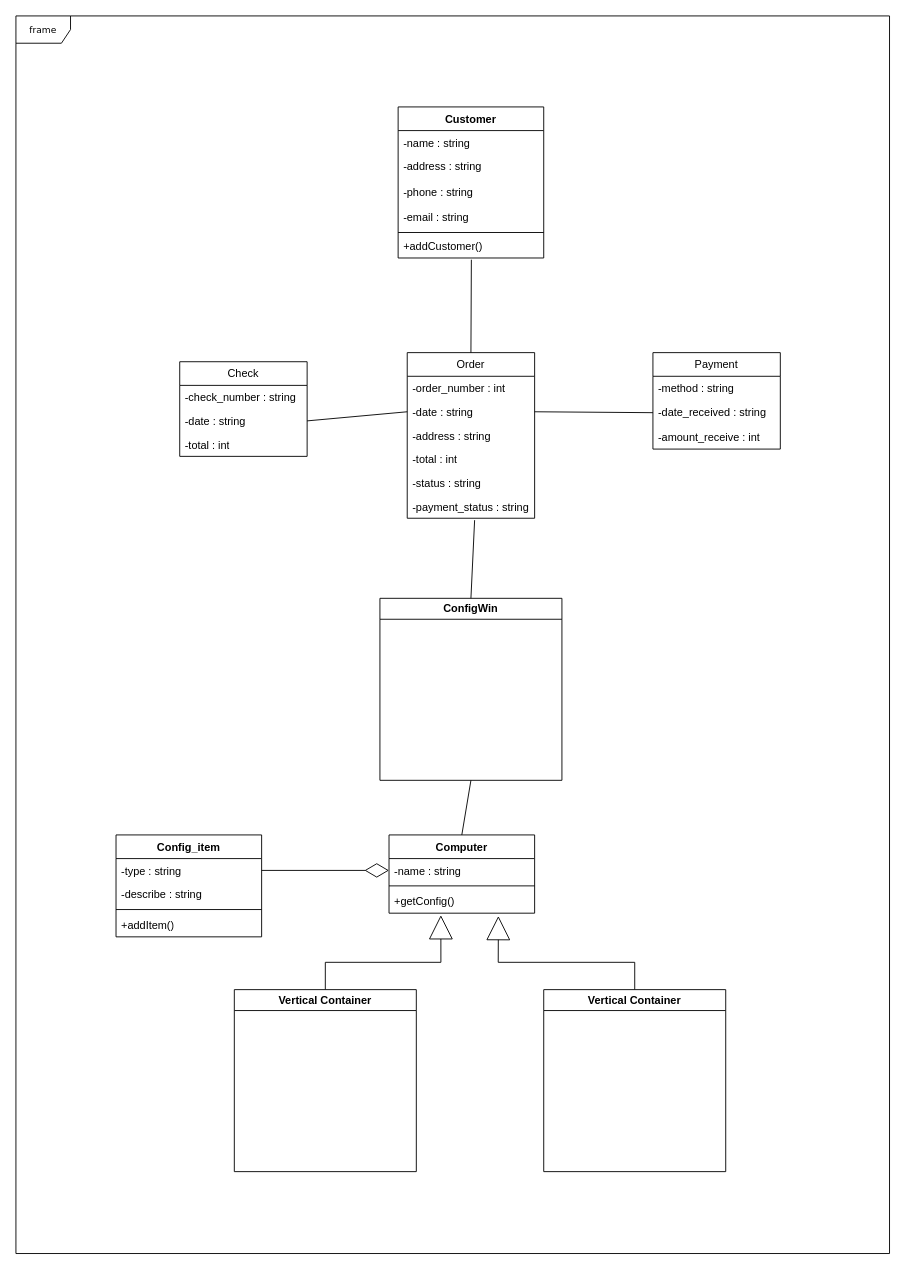
Above: Диаграмма без названия.drawio in Involuntar/Test (draw.io), before the change. Source tidied: cells renumbered, new cells numbered last; positions are measured from the earlier drawing's top-left corner, leaving out a move shared by most shapes. Both pictures are drawn from the tidied source at 91%, with x=0, y=0 at pixel (15, 15).
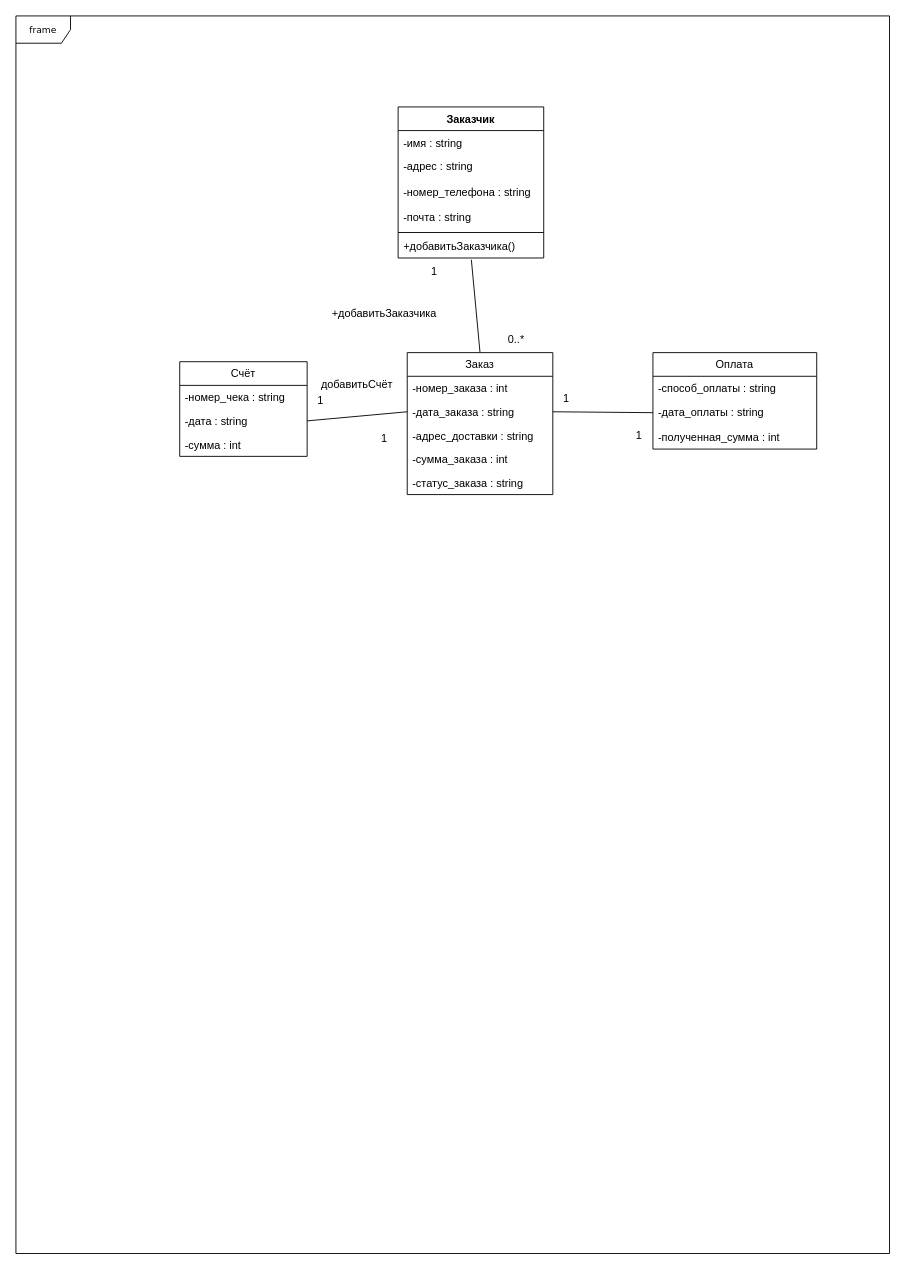
After the change.

Change to the diagram source:
```diff
@@
-    <mxCell id="3" value="Customer" style="swimlane;fontStyle=1;align=center;verticalAlign=top;horizontal=1;startSize=26;whiteSpace=wrap;html=1;" parent="1" vertex="1">
+    <mxCell id="3" value="Заказчик" style="swimlane;fontStyle=1;align=center;verticalAlign=top;horizontal=1;startSize=26;whiteSpace=wrap;html=1;" parent="1" vertex="1">
       <mxGeometry x="420" y="100" width="160" height="166" as="geometry" />
     </mxCell>
-    <mxCell id="4" value="-name : string" style="text;strokeColor=none;fillColor=none;align=left;verticalAlign=top;spacingLeft=4;spacingRight=4;overflow=hidden;whiteSpace=wrap;html=1;" parent="3" vertex="1">
+    <mxCell id="4" value="-имя : string" style="text;strokeColor=none;fillColor=none;align=left;verticalAlign=top;spacingLeft=4;spacingRight=4;overflow=hidden;whiteSpace=wrap;html=1;" parent="3" vertex="1">
       <mxGeometry y="26" width="160" height="26" as="geometry" />
     </mxCell>
-    <mxCell id="5" value="-address : string" style="text;strokeColor=none;fillColor=none;align=left;verticalAlign=top;spacingLeft=4;spacingRight=4;overflow=hidden;whiteSpace=wrap;html=1;" parent="3" vertex="1">
+    <mxCell id="5" value="-адрес : string" style="text;strokeColor=none;fillColor=none;align=left;verticalAlign=top;spacingLeft=4;spacingRight=4;overflow=hidden;whiteSpace=wrap;html=1;" parent="3" vertex="1">
       <mxGeometry y="52" width="160" height="28" as="geometry" />
     </mxCell>
-    <mxCell id="6" value="-phone : string" style="text;strokeColor=none;fillColor=none;align=left;verticalAlign=top;spacingLeft=4;spacingRight=4;overflow=hidden;whiteSpace=wrap;html=1;" parent="3" vertex="1">
+    <mxCell id="6" value="-номер_телефона : string" style="text;strokeColor=none;fillColor=none;align=left;verticalAlign=top;spacingLeft=4;spacingRight=4;overflow=hidden;whiteSpace=wrap;html=1;" parent="3" vertex="1">
       <mxGeometry y="80" width="160" height="28" as="geometry" />
     </mxCell>
-    <mxCell id="7" value="-email : string" style="text;strokeColor=none;fillColor=none;align=left;verticalAlign=top;spacingLeft=4;spacingRight=4;overflow=hidden;whiteSpace=wrap;html=1;" parent="3" vertex="1">
+    <mxCell id="7" value="-почта : string" style="text;strokeColor=none;fillColor=none;align=left;verticalAlign=top;spacingLeft=4;spacingRight=4;overflow=hidden;whiteSpace=wrap;html=1;" parent="3" vertex="1">
       <mxGeometry y="108" width="160" height="28" as="geometry" />
     </mxCell>
@@
-    <mxCell id="9" value="+addCustomer()" style="text;strokeColor=none;fillColor=none;align=left;verticalAlign=top;spacingLeft=4;spacingRight=4;overflow=hidden;points=[[0,0.5],[1,0.5]];portConstraint=eastwest;whiteSpace=wrap;html=1;" parent="3" vertex="1">
+    <mxCell id="9" value="+добавитьЗаказчика()" style="text;strokeColor=none;fillColor=none;align=left;verticalAlign=top;spacingLeft=4;spacingRight=4;overflow=hidden;points=[[0,0.5],[1,0.5]];portConstraint=eastwest;whiteSpace=wrap;html=1;" parent="3" vertex="1">
       <mxGeometry y="140" width="160" height="26" as="geometry" />
     </mxCell>
-    <mxCell id="10" value="Order" style="swimlane;fontStyle=0;horizontal=1;startSize=26;fillColor=none;whiteSpace=wrap;html=1;" parent="1" vertex="1">
-      <mxGeometry x="430" y="370" width="140" height="182" as="geometry" />
+    <mxCell id="10" value="Заказ" style="swimlane;fontStyle=0;horizontal=1;startSize=26;fillColor=none;whiteSpace=wrap;html=1;" parent="1" vertex="1">
+      <mxGeometry x="430" y="370" width="160" height="156" as="geometry" />
     </mxCell>
-    <mxCell id="11" value="-order_number : int" style="text;strokeColor=none;fillColor=none;align=left;verticalAlign=top;spacingLeft=4;spacingRight=4;overflow=hidden;whiteSpace=wrap;html=1;" parent="10" vertex="1">
-      <mxGeometry y="26" width="140" height="26" as="geometry" />
+    <mxCell id="11" value="-номер_заказа : int" style="text;strokeColor=none;fillColor=none;align=left;verticalAlign=top;spacingLeft=4;spacingRight=4;overflow=hidden;whiteSpace=wrap;html=1;" parent="10" vertex="1">
+      <mxGeometry y="26" width="160" height="26" as="geometry" />
     </mxCell>
-    <mxCell id="12" value="-date : string" style="text;strokeColor=none;fillColor=none;align=left;verticalAlign=top;spacingLeft=4;spacingRight=4;overflow=hidden;points=[[0,0.5],[1,0.5]];portConstraint=eastwest;whiteSpace=wrap;html=1;" parent="10" vertex="1">
-      <mxGeometry y="52" width="140" height="26" as="geometry" />
+    <mxCell id="12" value="-дата_заказа : string" style="text;strokeColor=none;fillColor=none;align=left;verticalAlign=top;spacingLeft=4;spacingRight=4;overflow=hidden;points=[[0,0.5],[1,0.5]];portConstraint=eastwest;whiteSpace=wrap;html=1;" parent="10" vertex="1">
+      <mxGeometry y="52" width="160" height="26" as="geometry" />
     </mxCell>
-    <mxCell id="13" value="-address : string" style="text;strokeColor=none;fillColor=none;align=left;verticalAlign=top;spacingLeft=4;spacingRight=4;overflow=hidden;whiteSpace=wrap;html=1;" parent="10" vertex="1">
-      <mxGeometry y="78" width="140" height="26" as="geometry" />
+    <mxCell id="13" value="-адрес_доставки : string" style="text;strokeColor=none;fillColor=none;align=left;verticalAlign=top;spacingLeft=4;spacingRight=4;overflow=hidden;whiteSpace=wrap;html=1;" parent="10" vertex="1">
+      <mxGeometry y="78" width="160" height="26" as="geometry" />
     </mxCell>
-    <mxCell id="14" value="-total : int" style="text;strokeColor=none;fillColor=none;align=left;verticalAlign=top;spacingLeft=4;spacingRight=4;overflow=hidden;whiteSpace=wrap;html=1;" parent="10" vertex="1">
-      <mxGeometry y="104" width="140" height="26" as="geometry" />
+    <mxCell id="14" value="-сумма_заказа : int" style="text;strokeColor=none;fillColor=none;align=left;verticalAlign=top;spacingLeft=4;spacingRight=4;overflow=hidden;whiteSpace=wrap;html=1;" parent="10" vertex="1">
+      <mxGeometry y="104" width="160" height="26" as="geometry" />
     </mxCell>
-    <mxCell id="15" value="-status : string" style="text;strokeColor=none;fillColor=none;align=left;verticalAlign=top;spacingLeft=4;spacingRight=4;overflow=hidden;whiteSpace=wrap;html=1;" parent="10" vertex="1">
-      <mxGeometry y="130" width="140" height="26" as="geometry" />
+    <mxCell id="15" value="-статус_заказа : string" style="text;strokeColor=none;fillColor=none;align=left;verticalAlign=top;spacingLeft=4;spacingRight=4;overflow=hidden;whiteSpace=wrap;html=1;" parent="10" vertex="1">
+      <mxGeometry y="130" width="160" height="26" as="geometry" />
     </mxCell>
-    <mxCell id="16" value="-payment_status : string" style="text;strokeColor=none;fillColor=none;align=left;verticalAlign=top;spacingLeft=4;spacingRight=4;overflow=hidden;points=[[0,0.5],[1,0.5]];portConstraint=eastwest;whiteSpace=wrap;html=1;" parent="10" vertex="1">
-      <mxGeometry y="156" width="140" height="26" as="geometry" />
-    </mxCell>
@@
-    <mxCell id="18" value="Check" style="swimlane;fontStyle=0;horizontal=1;startSize=26;fillColor=none;whiteSpace=wrap;html=1;" parent="1" vertex="1">
+    <mxCell id="18" value="Счёт" style="swimlane;fontStyle=0;horizontal=1;startSize=26;fillColor=none;whiteSpace=wrap;html=1;" parent="1" vertex="1">
       <mxGeometry x="180" y="380" width="140" height="104" as="geometry" />
     </mxCell>
-    <mxCell id="19" value="-check_number : string" style="text;strokeColor=none;fillColor=none;align=left;verticalAlign=top;spacingLeft=4;spacingRight=4;overflow=hidden;whiteSpace=wrap;html=1;" parent="18" vertex="1">
+    <mxCell id="19" value="-номер_чека : string" style="text;strokeColor=none;fillColor=none;align=left;verticalAlign=top;spacingLeft=4;spacingRight=4;overflow=hidden;whiteSpace=wrap;html=1;" parent="18" vertex="1">
       <mxGeometry y="26" width="140" height="26" as="geometry" />
     </mxCell>
-    <mxCell id="20" value="-date : string" style="text;strokeColor=none;fillColor=none;align=left;verticalAlign=top;spacingLeft=4;spacingRight=4;overflow=hidden;points=[[0,0.5],[1,0.5]];portConstraint=eastwest;whiteSpace=wrap;html=1;" parent="18" vertex="1">
+    <mxCell id="20" value="-дата : string" style="text;strokeColor=none;fillColor=none;align=left;verticalAlign=top;spacingLeft=4;spacingRight=4;overflow=hidden;points=[[0,0.5],[1,0.5]];portConstraint=eastwest;whiteSpace=wrap;html=1;" parent="18" vertex="1">
       <mxGeometry y="52" width="140" height="26" as="geometry" />
     </mxCell>
-    <mxCell id="21" value="-total : int" style="text;strokeColor=none;fillColor=none;align=left;verticalAlign=top;spacingLeft=4;spacingRight=4;overflow=hidden;whiteSpace=wrap;html=1;" parent="18" vertex="1">
+    <mxCell id="21" value="-сумма : int" style="text;strokeColor=none;fillColor=none;align=left;verticalAlign=top;spacingLeft=4;spacingRight=4;overflow=hidden;whiteSpace=wrap;html=1;" parent="18" vertex="1">
       <mxGeometry y="78" width="140" height="26" as="geometry" />
     </mxCell>
@@
-    <mxCell id="23" value="Payment" style="swimlane;fontStyle=0;horizontal=1;startSize=26;fillColor=none;whiteSpace=wrap;html=1;" parent="1" vertex="1">
-      <mxGeometry x="700" y="370" width="140" height="106" as="geometry" />
+    <mxCell id="23" value="Оплата" style="swimlane;fontStyle=0;horizontal=1;startSize=26;fillColor=none;whiteSpace=wrap;html=1;" parent="1" vertex="1">
+      <mxGeometry x="700" y="370" width="180" height="106" as="geometry" />
     </mxCell>
-    <mxCell id="24" value="-method : string" style="text;strokeColor=none;fillColor=none;align=left;verticalAlign=top;spacingLeft=4;spacingRight=4;overflow=hidden;whiteSpace=wrap;html=1;" parent="23" vertex="1">
-      <mxGeometry y="26" width="140" height="26" as="geometry" />
+    <mxCell id="24" value="-способ_оплаты : string" style="text;strokeColor=none;fillColor=none;align=left;verticalAlign=top;spacingLeft=4;spacingRight=4;overflow=hidden;whiteSpace=wrap;html=1;" parent="23" vertex="1">
+      <mxGeometry y="26" width="180" height="26" as="geometry" />
     </mxCell>
-    <mxCell id="25" value="-date_received : string" style="text;strokeColor=none;fillColor=none;align=left;verticalAlign=top;spacingLeft=4;spacingRight=4;overflow=hidden;points=[[0,0.5],[1,0.5]];portConstraint=eastwest;whiteSpace=wrap;html=1;" parent="23" vertex="1">
-      <mxGeometry y="52" width="140" height="28" as="geometry" />
+    <mxCell id="25" value="-дата_оплаты : string" style="text;strokeColor=none;fillColor=none;align=left;verticalAlign=top;spacingLeft=4;spacingRight=4;overflow=hidden;points=[[0,0.5],[1,0.5]];portConstraint=eastwest;whiteSpace=wrap;html=1;" parent="23" vertex="1">
+      <mxGeometry y="52" width="180" height="28" as="geometry" />
     </mxCell>
-    <mxCell id="26" value="-amount_receive : int" style="text;strokeColor=none;fillColor=none;align=left;verticalAlign=top;spacingLeft=4;spacingRight=4;overflow=hidden;whiteSpace=wrap;html=1;" parent="23" vertex="1">
-      <mxGeometry y="80" width="140" height="26" as="geometry" />
+    <mxCell id="26" value="-полученная_сумма : int" style="text;strokeColor=none;fillColor=none;align=left;verticalAlign=top;spacingLeft=4;spacingRight=4;overflow=hidden;whiteSpace=wrap;html=1;" parent="23" vertex="1">
+      <mxGeometry y="80" width="180" height="26" as="geometry" />
     </mxCell>
@@
-    <mxCell id="28" value="ConfigWin" style="swimlane;whiteSpace=wrap;html=1;" parent="1" vertex="1">
-      <mxGeometry x="400" y="640" width="200" height="200" as="geometry" />
-    </mxCell>
-    <mxCell id="29" style="endArrow=none;html=1;rounded=0;entryX=0.529;entryY=1.081;entryDx=0;entryDy=0;entryPerimeter=0;exitX=0.5;exitY=0;exitDx=0;exitDy=0;" parent="1" edge="1" source="28" target="16">
-      <mxGeometry relative="1" as="geometry" />
-    </mxCell>
-    <mxCell id="30" value="Computer" style="swimlane;fontStyle=1;align=center;verticalAlign=top;horizontal=1;startSize=26;whiteSpace=wrap;html=1;" parent="1" vertex="1">
-      <mxGeometry x="410" y="900" width="160" height="86" as="geometry" />
-    </mxCell>
-    <mxCell id="31" value="-name : string" style="text;strokeColor=none;fillColor=none;align=left;verticalAlign=top;spacingLeft=4;spacingRight=4;overflow=hidden;points=[[0,0.5],[1,0.5]];portConstraint=eastwest;whiteSpace=wrap;html=1;" parent="30" vertex="1">
-      <mxGeometry y="26" width="160" height="26" as="geometry" />
-    </mxCell>
-    <mxCell id="32" style="line;strokeWidth=1;fillColor=none;align=left;verticalAlign=middle;spacingTop=-1;spacingLeft=3;spacingRight=3;labelPosition=right;strokeColor=inherit;" parent="30" vertex="1">
-      <mxGeometry y="52" width="160" height="8" as="geometry" />
-    </mxCell>
-    <mxCell id="33" value="+getConfig()" style="text;strokeColor=none;fillColor=none;align=left;verticalAlign=top;spacingLeft=4;spacingRight=4;overflow=hidden;points=[[0,0.5],[1,0.5]];portConstraint=eastwest;whiteSpace=wrap;html=1;" parent="30" vertex="1">
-      <mxGeometry y="60" width="160" height="26" as="geometry" />
-    </mxCell>
-    <mxCell id="34" style="endArrow=none;html=1;rounded=0;entryX=0.5;entryY=1;entryDx=0;entryDy=0;exitX=0.5;exitY=0;exitDx=0;exitDy=0;" parent="1" edge="1" source="30" target="28">
-      <mxGeometry relative="1" as="geometry" />
-    </mxCell>
-    <mxCell id="35" value="Config_item" style="swimlane;fontStyle=1;align=center;verticalAlign=top;horizontal=1;startSize=26;whiteSpace=wrap;html=1;" parent="1" vertex="1">
-      <mxGeometry x="110" y="900" width="160" height="112" as="geometry" />
-    </mxCell>
-    <mxCell id="36" value="-type : string" style="text;strokeColor=none;fillColor=none;align=left;verticalAlign=top;spacingLeft=4;spacingRight=4;overflow=hidden;points=[[0,0.5],[1,0.5]];portConstraint=eastwest;whiteSpace=wrap;html=1;" parent="35" vertex="1">
-      <mxGeometry y="26" width="160" height="26" as="geometry" />
-    </mxCell>
-    <mxCell id="37" value="-describe : string" style="text;strokeColor=none;fillColor=none;align=left;verticalAlign=top;spacingLeft=4;spacingRight=4;overflow=hidden;whiteSpace=wrap;html=1;" parent="35" vertex="1">
-      <mxGeometry y="52" width="160" height="26" as="geometry" />
-    </mxCell>
-    <mxCell id="38" style="line;strokeWidth=1;fillColor=none;align=left;verticalAlign=middle;spacingTop=-1;spacingLeft=3;spacingRight=3;labelPosition=right;strokeColor=inherit;" parent="35" vertex="1">
-      <mxGeometry y="78" width="160" height="8" as="geometry" />
-    </mxCell>
-    <mxCell id="39" value="+addItem()" style="text;strokeColor=none;fillColor=none;align=left;verticalAlign=top;spacingLeft=4;spacingRight=4;overflow=hidden;whiteSpace=wrap;html=1;" parent="35" vertex="1">
-      <mxGeometry y="86" width="160" height="26" as="geometry" />
-    </mxCell>
-    <mxCell id="40" style="endArrow=diamondThin;endFill=0;endSize=24;html=1;rounded=0;entryX=0;entryY=0.5;entryDx=0;entryDy=0;exitX=1;exitY=0.5;exitDx=0;exitDy=0;" parent="1" edge="1" source="36" target="31">
-      <mxGeometry relative="1" as="geometry" />
-    </mxCell>
-    <mxCell id="41" style="endArrow=block;endFill=0;endSize=24;html=1;rounded=0;entryX=0.356;entryY=1.085;entryDx=0;entryDy=0;entryPerimeter=0;exitX=0.5;exitY=0;exitDx=0;exitDy=0;" parent="1" edge="1" target="33">
-      <mxGeometry relative="1" as="geometry">
-        <mxPoint x="340" y="1070" as="sourcePoint" />
-        <Array as="points">
-          <mxPoint x="340" y="1040" />
-          <mxPoint x="467" y="1040" />
-        </Array>
-      </mxGeometry>
-    </mxCell>
-    <mxCell id="42" style="endArrow=block;endFill=0;endSize=24;html=1;rounded=0;entryX=0.751;entryY=1.12;entryDx=0;entryDy=0;entryPerimeter=0;exitX=0.5;exitY=0;exitDx=0;exitDy=0;" parent="1" edge="1" target="33">
-      <mxGeometry relative="1" as="geometry">
-        <mxPoint x="680" y="1070" as="sourcePoint" />
-        <Array as="points">
-          <mxPoint x="680" y="1040" />
-          <mxPoint x="530" y="1040" />
-        </Array>
-      </mxGeometry>
-    </mxCell>
-    <mxCell id="43" value="Vertical Container" style="swimlane;whiteSpace=wrap;html=1;" parent="1" vertex="1">
-      <mxGeometry x="240" y="1070" width="200" height="200" as="geometry" />
-    </mxCell>
-    <mxCell id="44" value="Vertical Container" style="swimlane;whiteSpace=wrap;html=1;" parent="1" vertex="1">
-      <mxGeometry x="580" y="1070" width="200" height="200" as="geometry" />
-    </mxCell>
+    <mxCell id="45" value="1" style="text;html=1;strokeColor=none;fillColor=none;align=center;verticalAlign=middle;whiteSpace=wrap;rounded=0;" parent="1" vertex="1">
+      <mxGeometry x="430" y="266" width="60" height="30" as="geometry" />
+    </mxCell>
+    <mxCell id="46" value="0..*" style="text;html=1;strokeColor=none;fillColor=none;align=center;verticalAlign=middle;whiteSpace=wrap;rounded=0;" parent="1" vertex="1">
+      <mxGeometry x="520" y="341" width="60" height="30" as="geometry" />
+    </mxCell>
+    <mxCell id="47" value="+добавитьЗаказчика" style="text;html=1;strokeColor=none;fillColor=none;align=center;verticalAlign=middle;whiteSpace=wrap;rounded=0;" parent="1" vertex="1">
+      <mxGeometry x="330" y="312" width="150" height="30" as="geometry" />
+    </mxCell>
+    <mxCell id="48" value="1" style="text;html=1;strokeColor=none;fillColor=none;align=center;verticalAlign=middle;whiteSpace=wrap;rounded=0;" parent="1" vertex="1">
+      <mxGeometry x="320" y="408" width="30" height="30" as="geometry" />
+    </mxCell>
+    <mxCell id="49" value="1" style="text;html=1;strokeColor=none;fillColor=none;align=center;verticalAlign=middle;whiteSpace=wrap;rounded=0;" parent="1" vertex="1">
+      <mxGeometry x="375" y="450" width="60" height="30" as="geometry" />
+    </mxCell>
+    <mxCell id="50" value="1" style="text;html=1;strokeColor=none;fillColor=none;align=center;verticalAlign=middle;whiteSpace=wrap;rounded=0;" parent="1" vertex="1">
+      <mxGeometry x="590" y="406" width="30" height="30" as="geometry" />
+    </mxCell>
+    <mxCell id="51" value="1" style="text;html=1;strokeColor=none;fillColor=none;align=center;verticalAlign=middle;whiteSpace=wrap;rounded=0;" parent="1" vertex="1">
+      <mxGeometry x="670" y="446" width="30" height="30" as="geometry" />
+    </mxCell>
+    <mxCell id="52" value="добавитьСчёт" style="text;html=1;strokeColor=none;fillColor=none;align=center;verticalAlign=middle;whiteSpace=wrap;rounded=0;" parent="1" vertex="1">
+      <mxGeometry x="320" y="390" width="110" height="30" as="geometry" />
+    </mxCell>
```
